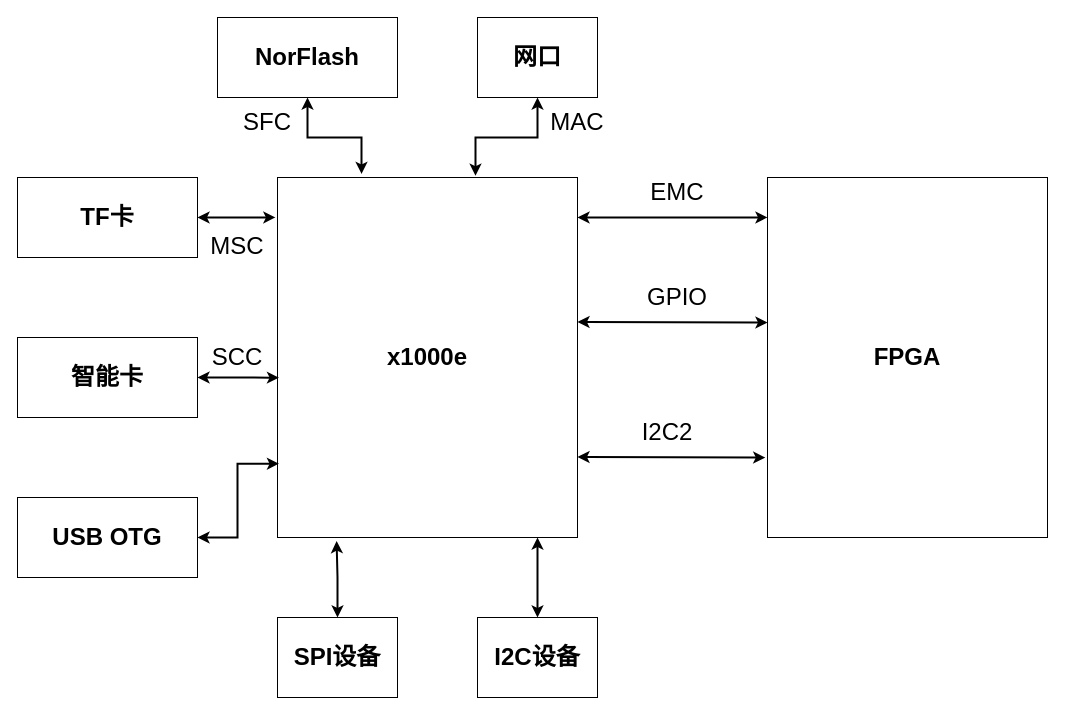
Earlier version of the draw.io diagram draw/Untitled Diagram.drawio (peng-fan/drawio). Source tidied: cells renumbered, new cells numbered last; positions are measured from the earlier drawing's top-left corner, leaving out a move shared by most shapes. Both pictures are drawn from the tidied source at 100%, with x=0, y=0 at pixel (17, 17).
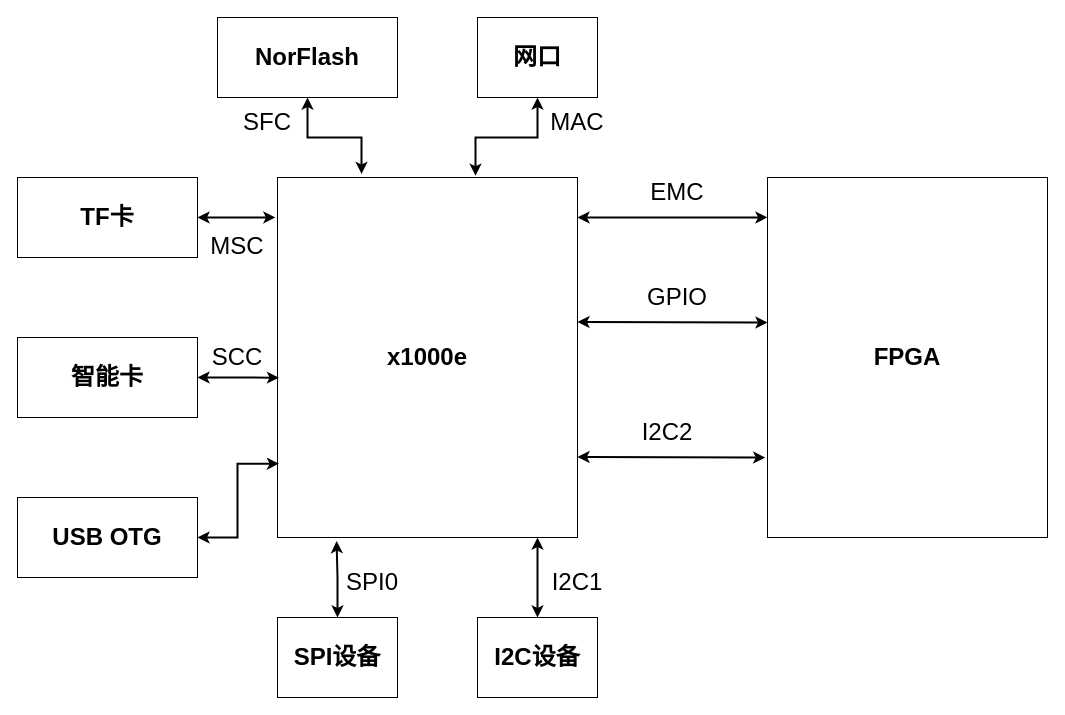
The same diagram, later.

Unchanged cells that the change refers to:
```xml
<mxCell id="2" value="&lt;font size=&quot;1&quot;&gt;&lt;b style=&quot;font-size: 24px&quot;&gt;x1000e&lt;/b&gt;&lt;/font&gt;" style="rounded=0;whiteSpace=wrap;html=1;" parent="1" vertex="1">
  <mxGeometry x="260" y="160" width="300" height="360" as="geometry" />
</mxCell>
<mxCell id="17" value="&lt;span style=&quot;font-size: 24px&quot;&gt;&lt;b&gt;SPI设备&lt;/b&gt;&lt;/span&gt;" style="rounded=0;whiteSpace=wrap;html=1;" parent="1" vertex="1">
  <mxGeometry x="260" y="600" width="120" height="80" as="geometry" />
</mxCell>
```

What changed in the source:
```diff
@@
     <mxCell id="16" style="edgeStyle=orthogonalEdgeStyle;rounded=0;jettySize=auto;html=1;entryX=0.197;entryY=1.01;entryDx=0;entryDy=0;entryPerimeter=0;fontSize=24;startArrow=classic;startFill=1;strokeWidth=2;" parent="1" edge="1" source="17" target="2">
-      <mxGeometry relative="1" as="geometry" />
+      <mxGeometry relative="1" as="geometry">
+        <Array as="points">
+          <mxPoint x="320" y="560" />
+          <mxPoint x="319" y="560" />
+        </Array>
+      </mxGeometry>
     </mxCell>
@@
+    <mxCell id="28" value="I2C1" style="text;html=1;strokeColor=none;fillColor=none;align=center;verticalAlign=middle;whiteSpace=wrap;rounded=0;fontSize=24;" parent="1" vertex="1">
+      <mxGeometry x="530" y="550" width="60" height="30" as="geometry" />
+    </mxCell>
+    <mxCell id="29" value="SPI0" style="text;html=1;strokeColor=none;fillColor=none;align=center;verticalAlign=middle;whiteSpace=wrap;rounded=0;fontSize=24;" parent="1" vertex="1">
+      <mxGeometry x="325" y="550" width="60" height="30" as="geometry" />
+    </mxCell>
```
